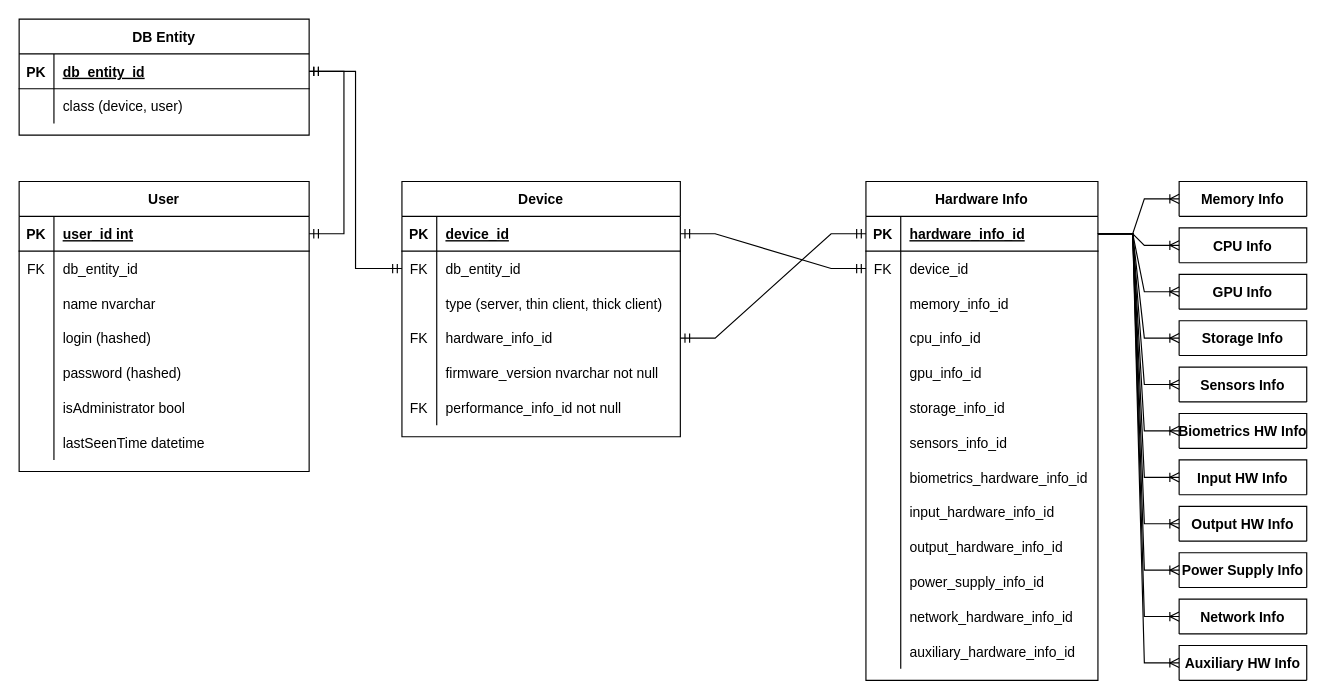
Earlier version of the draw.io diagram page "Basic functionality" (1 of 2) of Ecosystem ERD draft 1.drawio (AVAtarMod/Linux_Ecosystem). Source tidied: cells renumbered, new cells numbered last; positions are measured from the earlier drawing's top-left corner, leaving out a move shared by most shapes. Both pictures are drawn from the tidied source at 116%, with x=0, y=0 at pixel (19, 19).
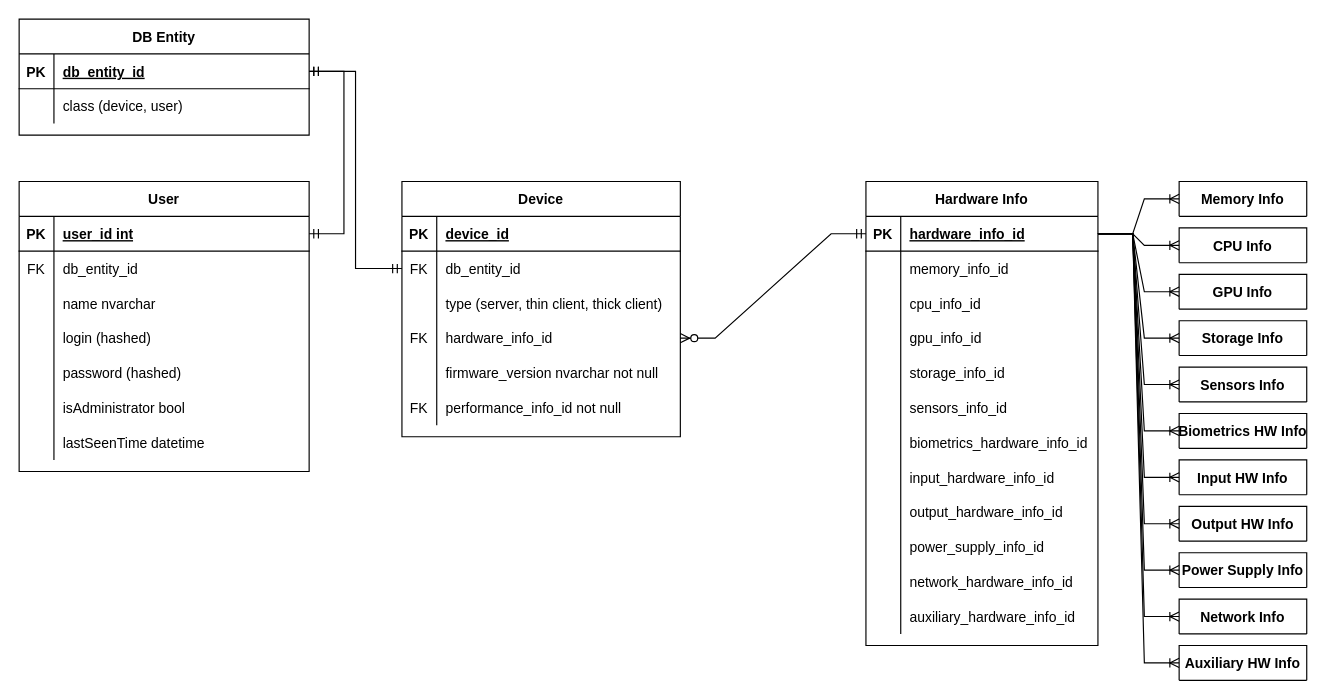
The same diagram, later.

Commit message (it also covers changes not shown here):
(Ecosystem ERD draft 1) обновлено: схема БД обновлено: схема БД (начальный вариант, еще не доделан)

Unchanged cells that the change refers to:
```xml
<mxCell id="4" style="shape=tableRow;horizontal=0;startSize=0;swimlaneHead=0;swimlaneBody=0;fillColor=none;points=[[0,0.5],[1,0.5]];portConstraint=eastwest;top=0;left=0;right=0;bottom=1;" parent="3" vertex="1">
  <mxGeometry y="30" width="240" height="30" as="geometry" />
</mxCell>
<mxCell id="13" style="shape=tableRow;horizontal=0;startSize=0;swimlaneHead=0;swimlaneBody=0;fillColor=none;points=[[0,0.5],[1,0.5]];portConstraint=eastwest;top=0;left=0;right=0;bottom=0;" parent="3" vertex="1">
  <mxGeometry y="120" width="240" height="30" as="geometry" />
</mxCell>
<mxCell id="53" style="shape=tableRow;horizontal=0;startSize=0;swimlaneHead=0;swimlaneBody=0;fillColor=none;points=[[0,0.5],[1,0.5]];portConstraint=eastwest;top=0;left=0;right=0;bottom=1;" parent="52" vertex="1">
  <mxGeometry y="30" width="200" height="30" as="geometry" />
</mxCell>
```

Change to the diagram source:
```diff
@@
     <mxCell id="52" value="Hardware Info" style="shape=table;startSize=30;childLayout=tableLayout;rowLines=0;fontStyle=1;align=center;" parent="1" vertex="1">
-      <mxGeometry x="730" y="140" width="200" height="430" as="geometry" />
+      <mxGeometry x="730" y="140" width="200" height="400" as="geometry" />
     </mxCell>
@@
-    <mxCell id="56" style="shape=tableRow;horizontal=0;startSize=0;swimlaneHead=0;swimlaneBody=0;fillColor=none;points=[[0,0.5],[1,0.5]];portConstraint=eastwest;top=0;left=0;right=0;bottom=0;" parent="52" vertex="1">
-      <mxGeometry y="60" width="200" height="30" as="geometry" />
-    </mxCell>
-    <mxCell id="57" value="FK" style="shape=partialRectangle;fillColor=none;top=0;left=0;bottom=0;right=0;overflow=hidden;" parent="56" vertex="1">
-      <mxGeometry width="30" height="30" as="geometry" />
-    </mxCell>
-    <mxCell id="58" value="device_id" style="shape=partialRectangle;fillColor=none;top=0;left=0;bottom=0;right=0;align=left;spacingLeft=6;overflow=hidden;" parent="56" vertex="1">
-      <mxGeometry x="30" width="170" height="30" as="geometry" />
-    </mxCell>
     <mxCell id="59" style="shape=tableRow;horizontal=0;startSize=0;swimlaneHead=0;swimlaneBody=0;fillColor=none;top=0;left=0;right=0;bottom=0;" parent="52" vertex="1">
-      <mxGeometry y="90" width="200" height="30" as="geometry" />
+      <mxGeometry y="60" width="200" height="30" as="geometry" />
     </mxCell>
@@
     <mxCell id="62" style="shape=tableRow;horizontal=0;startSize=0;swimlaneHead=0;swimlaneBody=0;fillColor=none;top=0;left=0;right=0;bottom=0;" parent="52" vertex="1">
-      <mxGeometry y="120" width="200" height="30" as="geometry" />
+      <mxGeometry y="90" width="200" height="30" as="geometry" />
     </mxCell>
@@
     <mxCell id="65" style="shape=tableRow;horizontal=0;startSize=0;swimlaneHead=0;swimlaneBody=0;fillColor=none;top=0;left=0;right=0;bottom=0;" parent="52" vertex="1">
-      <mxGeometry y="150" width="200" height="30" as="geometry" />
+      <mxGeometry y="120" width="200" height="30" as="geometry" />
     </mxCell>
@@
     <mxCell id="68" style="shape=tableRow;horizontal=0;startSize=0;swimlaneHead=0;swimlaneBody=0;fillColor=none;top=0;left=0;right=0;bottom=0;" parent="52" vertex="1">
-      <mxGeometry y="180" width="200" height="30" as="geometry" />
+      <mxGeometry y="150" width="200" height="30" as="geometry" />
     </mxCell>
@@
     <mxCell id="71" style="shape=tableRow;horizontal=0;startSize=0;swimlaneHead=0;swimlaneBody=0;fillColor=none;top=0;left=0;right=0;bottom=0;" parent="52" vertex="1">
-      <mxGeometry y="210" width="200" height="30" as="geometry" />
+      <mxGeometry y="180" width="200" height="30" as="geometry" />
     </mxCell>
@@
     <mxCell id="74" style="shape=tableRow;horizontal=0;startSize=0;swimlaneHead=0;swimlaneBody=0;fillColor=none;top=0;left=0;right=0;bottom=0;" parent="52" vertex="1">
-      <mxGeometry y="240" width="200" height="30" as="geometry" />
+      <mxGeometry y="210" width="200" height="30" as="geometry" />
     </mxCell>
@@
     <mxCell id="77" style="shape=tableRow;horizontal=0;startSize=0;swimlaneHead=0;swimlaneBody=0;fillColor=none;top=0;left=0;right=0;bottom=0;" parent="52" vertex="1">
-      <mxGeometry y="270" width="200" height="30" as="geometry" />
+      <mxGeometry y="240" width="200" height="30" as="geometry" />
     </mxCell>
@@
     <mxCell id="80" style="shape=tableRow;horizontal=0;startSize=0;swimlaneHead=0;swimlaneBody=0;fillColor=none;top=0;left=0;right=0;bottom=0;" parent="52" vertex="1">
-      <mxGeometry y="300" width="200" height="30" as="geometry" />
+      <mxGeometry y="270" width="200" height="30" as="geometry" />
     </mxCell>
@@
     <mxCell id="83" style="shape=tableRow;horizontal=0;startSize=0;swimlaneHead=0;swimlaneBody=0;fillColor=none;top=0;left=0;right=0;bottom=0;" parent="52" vertex="1">
-      <mxGeometry y="330" width="200" height="30" as="geometry" />
+      <mxGeometry y="300" width="200" height="30" as="geometry" />
     </mxCell>
@@
     <mxCell id="86" style="shape=tableRow;horizontal=0;startSize=0;swimlaneHead=0;swimlaneBody=0;fillColor=none;top=0;left=0;right=0;bottom=0;" parent="52" vertex="1">
-      <mxGeometry y="360" width="200" height="30" as="geometry" />
+      <mxGeometry y="330" width="200" height="30" as="geometry" />
     </mxCell>
@@
     <mxCell id="89" style="shape=tableRow;horizontal=0;startSize=0;swimlaneHead=0;swimlaneBody=0;fillColor=none;top=0;left=0;right=0;bottom=0;" parent="52" vertex="1">
-      <mxGeometry y="390" width="200" height="30" as="geometry" />
+      <mxGeometry y="360" width="200" height="30" as="geometry" />
     </mxCell>
@@
-    <mxCell id="92" style="edgeStyle=entityRelationEdgeStyle;fontSize=12;html=1;endArrow=ERmandOne;startArrow=ERmandOne;rounded=0;" parent="1" edge="1" source="13" target="53">
-      <mxGeometry relative="1" as="geometry" />
-    </mxCell>
-    <mxCell id="93" style="edgeStyle=entityRelationEdgeStyle;fontSize=12;html=1;endArrow=ERmandOne;startArrow=ERmandOne;rounded=0;" parent="1" edge="1" source="4" target="56">
-      <mxGeometry relative="1" as="geometry" />
-    </mxCell>
@@
+    <mxCell id="116" style="edgeStyle=entityRelationEdgeStyle;fontSize=12;html=1;endArrow=ERzeroToMany;startArrow=ERmandOne;rounded=0;" parent="1" edge="1" source="53" target="13">
+      <mxGeometry relative="1" as="geometry" />
+    </mxCell>
```
